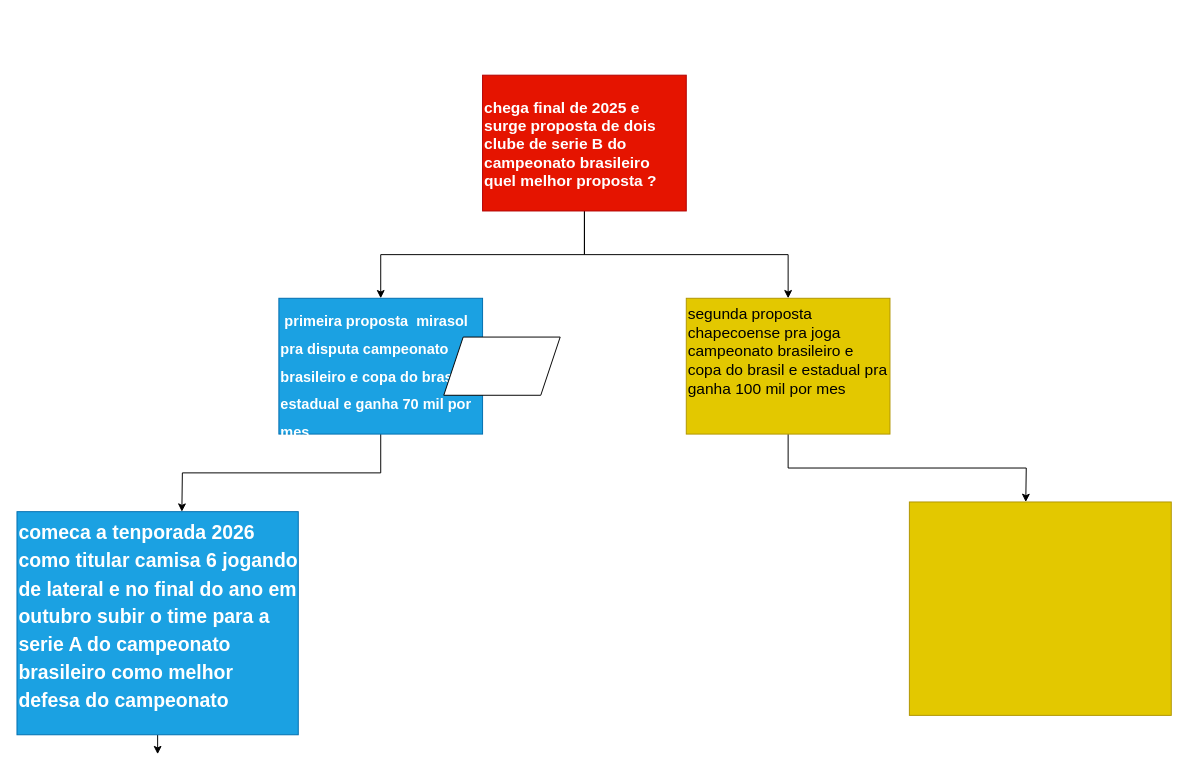
davizinn00/davi00 keeps this draw.io diagram as Davi.drawio. Above is the earlier version. Source tidied: cells renumbered, new cells numbered last; positions are measured from the earlier drawing's top-left corner, leaving out a move shared by most shapes. Both pictures are drawn from the tidied source at 97%, with x=0, y=0 at pixel (16, 75).
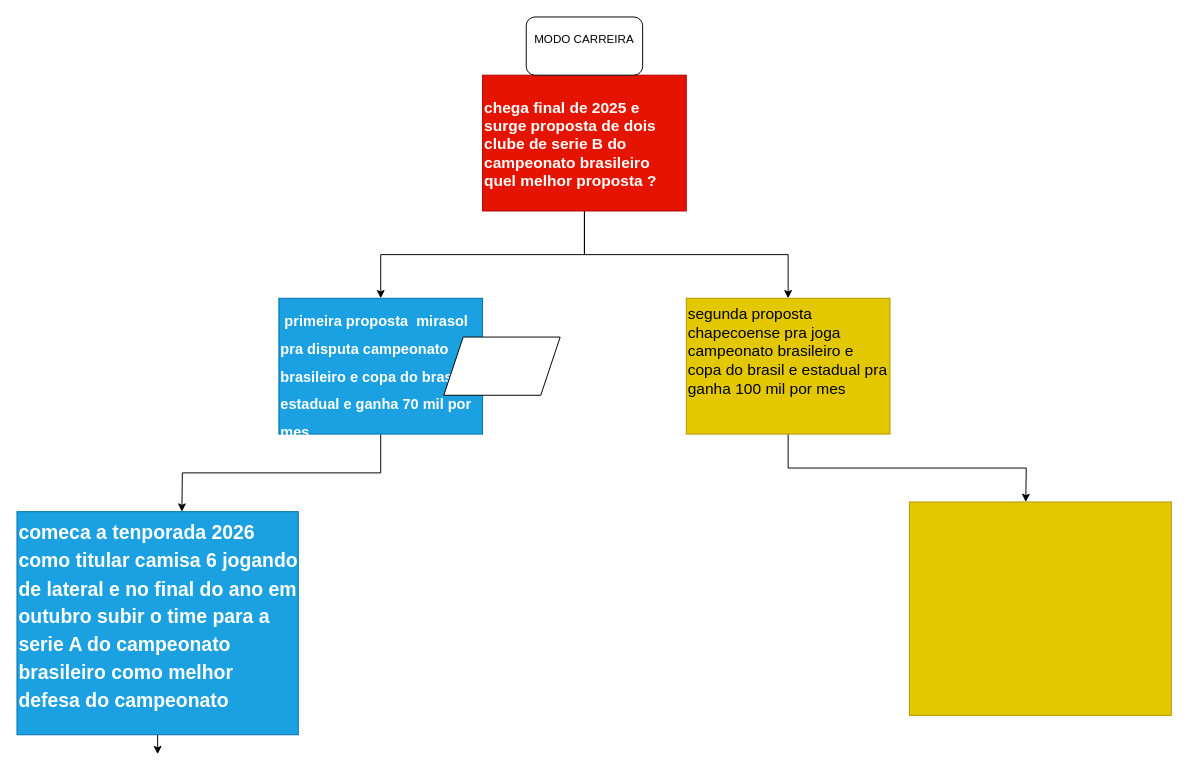
After the change.

Change to the diagram source:
```diff
@@
 <mxGraphModel>
   <root>
     <mxCell id="0" />
     <mxCell id="1" parent="0" />
     <mxCell id="2" style="edgeStyle=orthogonalEdgeStyle;rounded=0;jettySize=auto;html=1;exitX=0.5;exitY=1;exitDx=0;exitDy=0;entryX=0.5;entryY=0;entryDx=0;entryDy=0;" parent="1" edge="1" source="4" target="6">
       <mxGeometry relative="1" as="geometry" />
     </mxCell>
     <mxCell id="3" style="edgeStyle=orthogonalEdgeStyle;rounded=0;jettySize=auto;html=1;" parent="1" edge="1" source="4" target="8">
       <mxGeometry relative="1" as="geometry" />
     </mxCell>
     <mxCell id="4" value="&lt;h5&gt;&lt;font style=&quot;font-size: 16px;&quot;&gt;chega final de 2025 e surge proposta de dois clube de serie B do campeonato brasileiro quel melhor proposta ?&amp;nbsp;&lt;/font&gt;&lt;/h5&gt;" style="text;html=1;whiteSpace=wrap;overflow=hidden;rounded=0;fillColor=#e51400;fontColor=#ffffff;strokeColor=#B20000;" parent="1" vertex="1">
       <mxGeometry x="480" width="210" height="140" as="geometry" />
     </mxCell>
     <mxCell id="5" style="edgeStyle=orthogonalEdgeStyle;rounded=0;jettySize=auto;html=1;exitX=0.5;exitY=1;exitDx=0;exitDy=0;" parent="1" edge="1" source="6">
       <mxGeometry relative="1" as="geometry">
         <mxPoint x="170" y="450" as="targetPoint" />
       </mxGeometry>
     </mxCell>
     <mxCell id="6" value="&lt;h1 style=&quot;margin-top: 0px;&quot;&gt;&lt;span style=&quot;font-size: 15px;&quot;&gt;&amp;nbsp;primeira proposta&amp;nbsp; mirasol&amp;nbsp; &amp;nbsp; pra disputa campeonato brasileiro e copa do brasil e estadual e ganha 70 mil por mes&amp;nbsp;&lt;/span&gt;&lt;/h1&gt;" style="text;html=1;whiteSpace=wrap;overflow=hidden;rounded=0;fillColor=#1ba1e2;fontColor=#ffffff;strokeColor=#006EAF;" parent="1" vertex="1">
       <mxGeometry x="270" y="230" width="210" height="140" as="geometry" />
     </mxCell>
     <mxCell id="7" style="edgeStyle=orthogonalEdgeStyle;rounded=0;jettySize=auto;html=1;exitX=0.5;exitY=1;exitDx=0;exitDy=0;" parent="1" edge="1" source="8">
       <mxGeometry relative="1" as="geometry">
         <mxPoint x="1040" y="440" as="targetPoint" />
       </mxGeometry>
     </mxCell>
     <mxCell id="8" value="&lt;span style=&quot;font-size: 16px;&quot;&gt;segunda proposta chapecoense pra joga campeonato brasileiro e copa do brasil e estadual pra ganha 100 mil por mes&amp;nbsp;&lt;/span&gt;" style="text;html=1;whiteSpace=wrap;overflow=hidden;rounded=0;fillColor=#e3c800;fontColor=#000000;strokeColor=#B09500;" parent="1" vertex="1">
       <mxGeometry x="690" y="230" width="210" height="140" as="geometry" />
     </mxCell>
     <mxCell id="9" style="edgeStyle=orthogonalEdgeStyle;rounded=0;jettySize=auto;html=1;exitX=0.5;exitY=1;exitDx=0;exitDy=0;" parent="1" edge="1" source="10">
       <mxGeometry relative="1" as="geometry">
         <mxPoint x="145" y="700" as="targetPoint" />
       </mxGeometry>
     </mxCell>
     <mxCell id="10" value="&lt;h1 style=&quot;margin-top: 0px;&quot;&gt;&lt;span style=&quot;font-size: 20px;&quot;&gt;comeca a tenporada 2026 como titular camisa 6 jogando de lateral e no final do ano em outubro subir o time para a serie A do campeonato brasileiro como melhor defesa do campeonato&lt;/span&gt;&lt;/h1&gt;" style="text;html=1;whiteSpace=wrap;overflow=hidden;rounded=0;fillColor=#1ba1e2;fontColor=#ffffff;strokeColor=#006EAF;" parent="1" vertex="1">
       <mxGeometry y="450" width="290" height="230" as="geometry" />
     </mxCell>
     <mxCell id="11" value="&lt;h1 style=&quot;margin-top: 0px;&quot;&gt;&lt;br&gt;&lt;/h1&gt;" style="text;html=1;whiteSpace=wrap;overflow=hidden;rounded=0;fillColor=#e3c800;fontColor=#000000;strokeColor=#B09500;" parent="1" vertex="1">
       <mxGeometry x="920" y="440" width="270" height="220" as="geometry" />
     </mxCell>
+    <mxCell id="13" value="MODO CARREIRA&lt;div&gt;&lt;br&gt;&lt;/div&gt;" style="rounded=1;whiteSpace=wrap;html=1;" parent="1" vertex="1">
+      <mxGeometry x="525" y="-60" width="120" height="60" as="geometry" />
+    </mxCell>
     <mxCell id="12" style="shape=parallelogram;perimeter=parallelogramPerimeter;whiteSpace=wrap;html=1;fixedSize=1;" parent="1" vertex="1">
       <mxGeometry x="440" y="270" width="120" height="60" as="geometry" />
     </mxCell>
   </root>
 </mxGraphModel>
```
